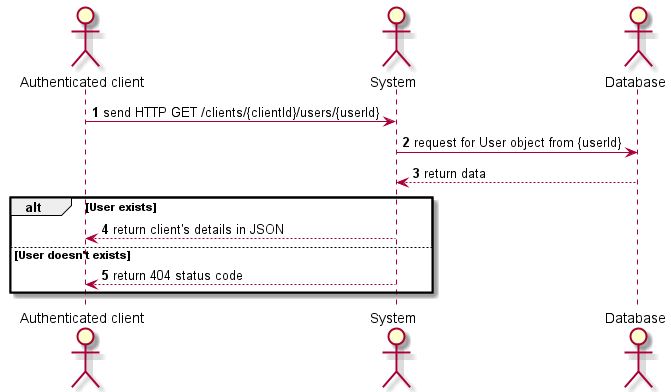
Above: diagrams/render/Sequences/UsersManagement/Sequence_ShowDetails.png in Xwyk/BileMo (PlantUML), before the change. Source of this version:
```plantuml
@startuml

autonumber

actor "Authenticated client" as admin
actor System                as system
actor Database              as db

admin  -> system  : send HTTP GET /clients/{clientId}/users/{userId}
system -> db      : request for User object from {userId}
system <-- db     : return data

alt User exists
  admin  <-- system : return client's details in JSON
else User doesn't exists
  admin  <-- system : return 404 status code
end

@enduml
```
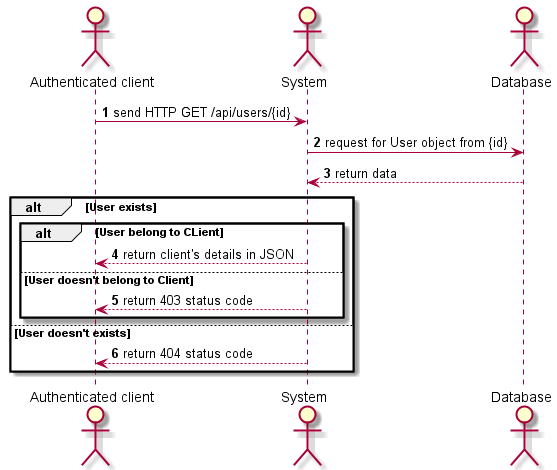
Later version of the same file.

Diff of the diagram source:
```diff
@@ -2,18 +2,22 @@
 
 autonumber
 
-actor "Authenticated client" as admin
+actor "Authenticated client" as client
 actor System                as system
 actor Database              as db
 
-admin  -> system  : send HTTP GET /clients/{clientId}/users/{userId}
-system -> db      : request for User object from {userId}
+client  -> system  : send HTTP GET /api/users/{id}
+system -> db      : request for User object from {id}
 system <-- db     : return data
 
 alt User exists
-  admin  <-- system : return client's details in JSON
+    alt User belong to CLient
+      client  <-- system : return client's details in JSON
+    else User doesn't belong to Client
+      client  <-- system : return 403 status code
+    end
 else User doesn't exists
-  admin  <-- system : return 404 status code
+  client  <-- system : return 404 status code
 end
 
 @enduml
```
